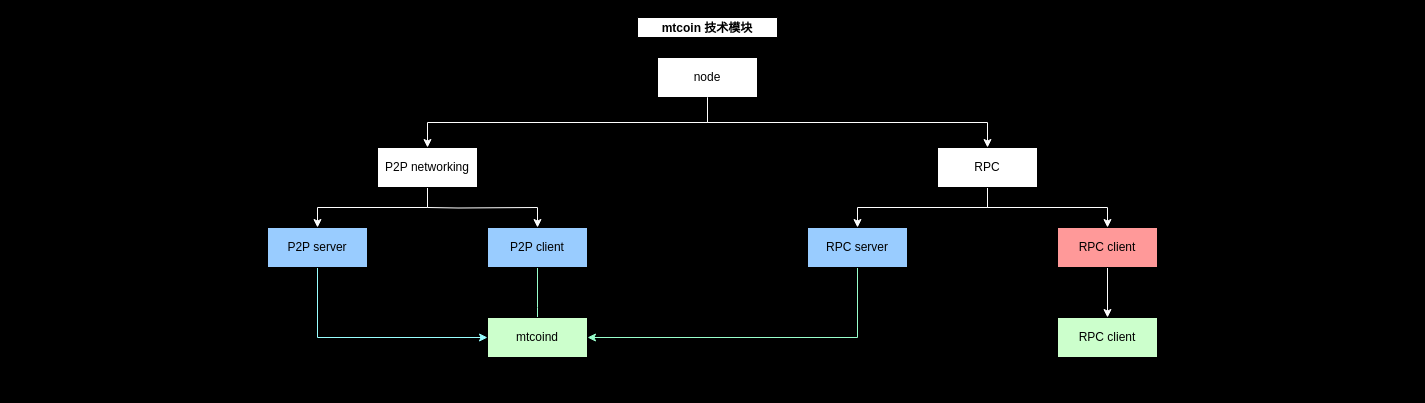
Above: arch.drawio in mosalut/mtcoindrawio (draw.io), before the change. Source tidied: cells renumbered, new cells numbered last; positions are measured from the earlier drawing's top-left corner, leaving out a move shared by most shapes. Both pictures are drawn from the tidied source at 100%, with x=0, y=0 at pixel (267, 17).
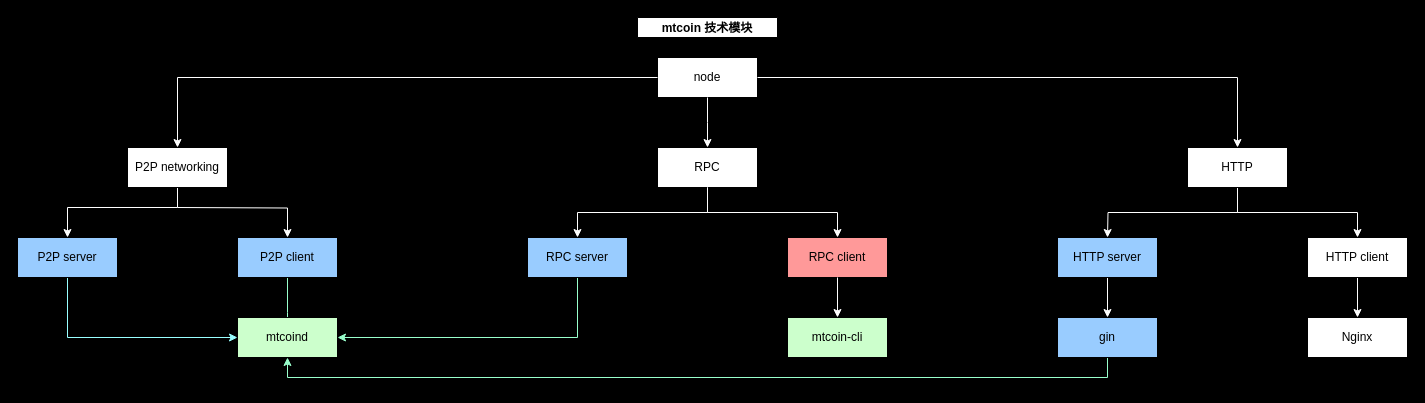
The same diagram, later.

The change refers to these unchanged cells:
```xml
<mxCell id="2" value="mtcoin 技术模块" style="swimlane;startSize=20;horizontal=1;horizontalTree=0;containerType=tree;" parent="1" vertex="1">
  <mxGeometry x="370" width="140" height="190" as="geometry" />
</mxCell>
<mxCell id="3" value="node" style="whiteSpace=wrap;html=1;" parent="2" vertex="1">
  <mxGeometry x="20" y="40" width="100" height="40" as="geometry" />
</mxCell>
```

Diff of the diagram source:
```diff
@@
+    <mxCell id="14" value="RPC" style="whiteSpace=wrap;html=1;" parent="2" vertex="1">
+      <mxGeometry x="20" y="130" width="100" height="40" as="geometry" />
+    </mxCell>
+    <mxCell id="15" style="edgeStyle=elbowEdgeStyle;elbow=vertical;html=1;rounded=0;strokeColor=#FFFFFF;" parent="2" edge="1" source="3" target="14">
+      <mxGeometry relative="1" as="geometry" />
+    </mxCell>
@@
     <mxCell id="5" value="P2P server" style="whiteSpace=wrap;html=1;fillColor=#99CCFF;" parent="1" vertex="1">
-      <mxGeometry y="210" width="100" height="40" as="geometry" />
+      <mxGeometry x="-250" y="220" width="100" height="40" as="geometry" />
     </mxCell>
     <mxCell id="6" style="edgeStyle=orthogonalEdgeStyle;rounded=0;jettySize=auto;html=1;exitX=0.5;exitY=1;exitDx=0;exitDy=0;strokeColor=#FFFFFF;" parent="1" edge="1" source="10" target="5">
-      <mxGeometry relative="1" as="geometry" />
+      <mxGeometry relative="1" as="geometry">
+        <Array as="points">
+          <mxPoint x="-90" y="190" />
+          <mxPoint x="-200" y="190" />
+        </Array>
+      </mxGeometry>
     </mxCell>
     <mxCell id="7" style="edgeStyle=orthogonalEdgeStyle;rounded=0;jettySize=auto;html=1;exitX=0.5;exitY=1;exitDx=0;exitDy=0;strokeColor=#99FFCC;" parent="1" edge="1" source="8">
       <mxGeometry relative="1" as="geometry">
-        <mxPoint x="270" y="330" as="targetPoint" />
+        <mxPoint x="20" y="330" as="targetPoint" />
       </mxGeometry>
     </mxCell>
     <mxCell id="8" value="P2P client" style="whiteSpace=wrap;html=1;fillColor=#99CCFF;" parent="1" vertex="1">
-      <mxGeometry x="220" y="210" width="100" height="40" as="geometry" />
+      <mxGeometry x="-30" y="220" width="100" height="40" as="geometry" />
     </mxCell>
     <mxCell id="9" style="edgeStyle=orthogonalEdgeStyle;rounded=0;jettySize=auto;html=1;entryX=0.5;entryY=0;entryDx=0;entryDy=0;strokeColor=#FFFFFF;" parent="1" edge="1" target="8">
       <mxGeometry relative="1" as="geometry">
-        <mxPoint x="160" y="190" as="sourcePoint" />
+        <mxPoint x="-90" y="190" as="sourcePoint" />
       </mxGeometry>
     </mxCell>
     <mxCell id="10" value="P2P networking" style="whiteSpace=wrap;html=1;" parent="1" vertex="1">
-      <mxGeometry x="110" y="130" width="100" height="40" as="geometry" />
+      <mxGeometry x="-140" y="130" width="100" height="40" as="geometry" />
     </mxCell>
-    <mxCell id="11" style="edgeStyle=elbowEdgeStyle;elbow=vertical;html=1;rounded=0;strokeColor=#FFFFFF;" parent="1" edge="1" source="3" target="10">
-      <mxGeometry relative="1" as="geometry" />
+    <mxCell id="11" style="edgeStyle=elbowEdgeStyle;elbow=vertical;html=1;rounded=0;strokeColor=#FFFFFF;exitX=0;exitY=0.5;exitDx=0;exitDy=0;" parent="1" edge="1" source="3" target="10">
+      <mxGeometry relative="1" as="geometry">
+        <Array as="points">
+          <mxPoint x="170" y="60" />
+        </Array>
+      </mxGeometry>
     </mxCell>
+    <mxCell id="16" style="edgeStyle=orthogonalEdgeStyle;rounded=0;jettySize=auto;html=1;exitX=0.5;exitY=1;exitDx=0;exitDy=0;strokeColor=#99FFCC;entryX=1;entryY=0.5;entryDx=0;entryDy=0;" parent="1" edge="1" source="17" target="20">
+      <mxGeometry relative="1" as="geometry">
+        <Array as="points">
+          <mxPoint x="310" y="320" />
+        </Array>
+      </mxGeometry>
+    </mxCell>
+    <mxCell id="20" value="mtcoind" style="whiteSpace=wrap;html=1;fillColor=#CCFFCC;" parent="1" vertex="1">
+      <mxGeometry x="-30" y="300" width="100" height="40" as="geometry" />
+    </mxCell>
+    <mxCell id="22" style="edgeStyle=orthogonalEdgeStyle;rounded=0;jettySize=auto;html=1;exitX=0.5;exitY=1;exitDx=0;exitDy=0;entryX=0.5;entryY=0;entryDx=0;entryDy=0;strokeColor=#FFFFFF;" parent="1" edge="1" source="24">
+      <mxGeometry relative="1" as="geometry">
+        <mxPoint x="840" y="220" as="targetPoint" />
+      </mxGeometry>
+    </mxCell>
+    <mxCell id="23" style="edgeStyle=orthogonalEdgeStyle;rounded=0;jettySize=auto;html=1;exitX=0.5;exitY=1;exitDx=0;exitDy=0;entryX=0.5;entryY=0;entryDx=0;entryDy=0;strokeColor=#FFFFFF;" parent="1" edge="1" source="24" target="29">
+      <mxGeometry relative="1" as="geometry" />
+    </mxCell>
+    <mxCell id="24" value="HTTP" style="whiteSpace=wrap;html=1;" parent="1" vertex="1">
+      <mxGeometry x="920" y="130" width="100" height="40" as="geometry" />
+    </mxCell>
+    <mxCell id="25" style="edgeStyle=orthogonalEdgeStyle;rounded=0;jettySize=auto;html=1;exitX=1;exitY=0.5;exitDx=0;exitDy=0;strokeColor=#FFFFFF;" parent="1" edge="1" source="3" target="24">
+      <mxGeometry relative="1" as="geometry" />
+    </mxCell>
+    <mxCell id="19" value="RPC client" style="whiteSpace=wrap;html=1;fillColor=#FF9999;" parent="1" vertex="1">
+      <mxGeometry x="520" y="220" width="100" height="40" as="geometry" />
+    </mxCell>
+    <mxCell id="13" style="edgeStyle=orthogonalEdgeStyle;rounded=0;jettySize=auto;html=1;exitX=0.5;exitY=1;exitDx=0;exitDy=0;entryX=0.5;entryY=0;entryDx=0;entryDy=0;strokeColor=#FFFFFF;" parent="1" edge="1" source="14" target="19">
+      <mxGeometry relative="1" as="geometry" />
+    </mxCell>
+    <mxCell id="18" style="edgeStyle=orthogonalEdgeStyle;rounded=0;jettySize=auto;html=1;exitX=0.5;exitY=1;exitDx=0;exitDy=0;entryX=0.5;entryY=0;entryDx=0;entryDy=0;strokeColor=#FFFFFF;" parent="1" edge="1" source="19" target="21">
+      <mxGeometry relative="1" as="geometry" />
+    </mxCell>
+    <mxCell id="21" value="mtcoin-cli" style="whiteSpace=wrap;html=1;fillColor=#CCFFCC;" parent="1" vertex="1">
+      <mxGeometry x="520" y="300" width="100" height="40" as="geometry" />
+    </mxCell>
+    <mxCell id="17" value="RPC server" style="whiteSpace=wrap;html=1;fillColor=#99CCFF;" parent="1" vertex="1">
+      <mxGeometry x="260" y="220" width="100" height="40" as="geometry" />
+    </mxCell>
@@
-    <mxCell id="13" style="edgeStyle=orthogonalEdgeStyle;rounded=0;jettySize=auto;html=1;exitX=0.5;exitY=1;exitDx=0;exitDy=0;entryX=0.5;entryY=0;entryDx=0;entryDy=0;strokeColor=#FFFFFF;" parent="1" edge="1" source="14" target="19">
-      <mxGeometry relative="1" as="geometry" />
-    </mxCell>
-    <mxCell id="14" value="RPC" style="whiteSpace=wrap;html=1;" parent="1" vertex="1">
-      <mxGeometry x="670" y="130" width="100" height="40" as="geometry" />
-    </mxCell>
-    <mxCell id="15" style="edgeStyle=elbowEdgeStyle;elbow=vertical;html=1;rounded=0;strokeColor=#FFFFFF;" parent="1" edge="1" source="3" target="14">
-      <mxGeometry relative="1" as="geometry" />
-    </mxCell>
-    <mxCell id="16" style="edgeStyle=orthogonalEdgeStyle;rounded=0;jettySize=auto;html=1;exitX=0.5;exitY=1;exitDx=0;exitDy=0;strokeColor=#99FFCC;entryX=1;entryY=0.5;entryDx=0;entryDy=0;" parent="1" edge="1" source="17" target="20">
-      <mxGeometry relative="1" as="geometry" />
-    </mxCell>
-    <mxCell id="17" value="RPC server" style="whiteSpace=wrap;html=1;fillColor=#99CCFF;" parent="1" vertex="1">
-      <mxGeometry x="540" y="210" width="100" height="40" as="geometry" />
-    </mxCell>
-    <mxCell id="18" style="edgeStyle=orthogonalEdgeStyle;rounded=0;jettySize=auto;html=1;exitX=0.5;exitY=1;exitDx=0;exitDy=0;entryX=0.5;entryY=0;entryDx=0;entryDy=0;strokeColor=#FFFFFF;" parent="1" edge="1" source="19" target="21">
-      <mxGeometry relative="1" as="geometry" />
-    </mxCell>
-    <mxCell id="19" value="RPC client" style="whiteSpace=wrap;html=1;fillColor=#FF9999;" parent="1" vertex="1">
-      <mxGeometry x="790" y="210" width="100" height="40" as="geometry" />
-    </mxCell>
-    <mxCell id="20" value="mtcoind" style="whiteSpace=wrap;html=1;fillColor=#CCFFCC;" parent="1" vertex="1">
-      <mxGeometry x="220" y="300" width="100" height="40" as="geometry" />
-    </mxCell>
-    <mxCell id="21" value="RPC client" style="whiteSpace=wrap;html=1;fillColor=#CCFFCC;" parent="1" vertex="1">
-      <mxGeometry x="790" y="300" width="100" height="40" as="geometry" />
-    </mxCell>
+    <mxCell id="26" style="edgeStyle=orthogonalEdgeStyle;rounded=0;jettySize=auto;html=1;strokeColor=#FFFFFF;" parent="1" edge="1" source="27" target="31">
+      <mxGeometry relative="1" as="geometry" />
+    </mxCell>
+    <mxCell id="27" value="HTTP server" style="whiteSpace=wrap;html=1;fillColor=#99CCFF;" parent="1" vertex="1">
+      <mxGeometry x="790" y="220" width="100" height="40" as="geometry" />
+    </mxCell>
+    <mxCell id="28" style="edgeStyle=orthogonalEdgeStyle;rounded=0;jettySize=auto;html=1;exitX=0.5;exitY=1;exitDx=0;exitDy=0;entryX=0.5;entryY=0;entryDx=0;entryDy=0;strokeColor=#FFFFFF;" parent="1" edge="1" source="29" target="32">
+      <mxGeometry relative="1" as="geometry" />
+    </mxCell>
+    <mxCell id="29" value="HTTP client" style="whiteSpace=wrap;html=1;fillColor=#FFFFFF;" parent="1" vertex="1">
+      <mxGeometry x="1040" y="220" width="100" height="40" as="geometry" />
+    </mxCell>
+    <mxCell id="30" style="edgeStyle=orthogonalEdgeStyle;rounded=0;jettySize=auto;html=1;exitX=0.5;exitY=1;exitDx=0;exitDy=0;entryX=0.5;entryY=1;entryDx=0;entryDy=0;strokeColor=#99FFCC;" parent="1" edge="1" source="31" target="20">
+      <mxGeometry relative="1" as="geometry" />
+    </mxCell>
+    <mxCell id="31" value="gin" style="whiteSpace=wrap;html=1;fillColor=#99CCFF;" parent="1" vertex="1">
+      <mxGeometry x="790" y="300" width="100" height="40" as="geometry" />
+    </mxCell>
+    <mxCell id="32" value="Nginx" style="whiteSpace=wrap;html=1;fillColor=#FFFFFF;" parent="1" vertex="1">
+      <mxGeometry x="1040" y="300" width="100" height="40" as="geometry" />
+    </mxCell>
```
